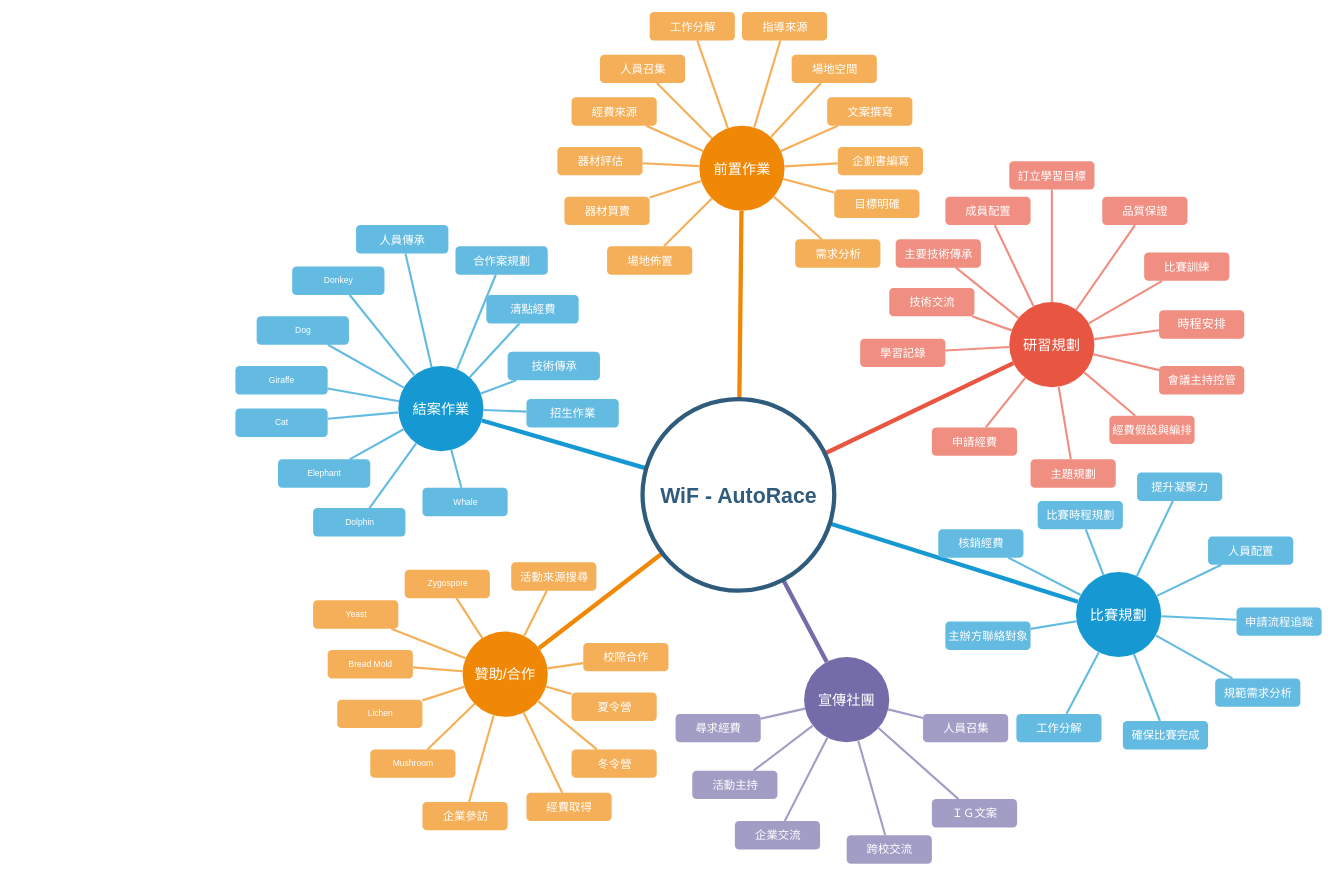
Earlier version of the draw.io diagram Untitled Diagram.drawio (WiFAutoRace/First-record). Source tidied: cells renumbered, new cells numbered last; positions are measured from the earlier drawing's top-left corner, leaving out a move shared by most shapes. Both pictures are drawn from the tidied source at 71%, with x=0, y=0 at pixel (13, 12).
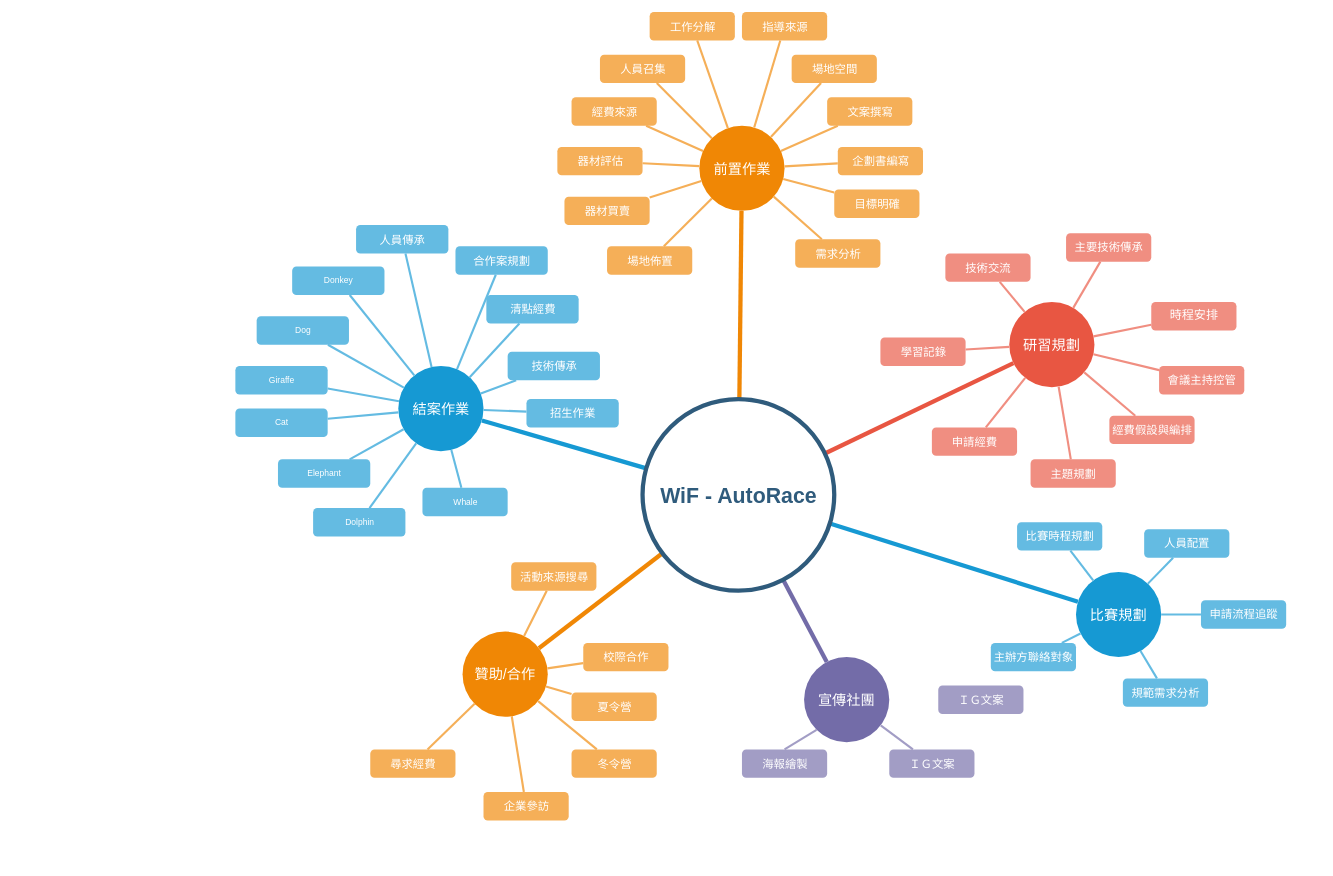
Above is the later version.

Unchanged cells that the change refers to:
```xml
<mxCell id="4" value="研習規劃" style="ellipse;whiteSpace=wrap;html=1;shadow=0;fontFamily=Helvetica;fontSize=20;fontColor=#FFFFFF;align=center;strokeWidth=3;fillColor=#E85642;strokeColor=none;" parent="1" vertex="1">
  <mxGeometry x="1403" y="408" width="120" height="120" as="geometry" />
</mxCell>
<mxCell id="5" value="比賽規劃" style="ellipse;whiteSpace=wrap;html=1;shadow=0;fontFamily=Helvetica;fontSize=20;fontColor=#FFFFFF;align=center;strokeWidth=3;fillColor=#1699D3;strokeColor=none;" parent="1" vertex="1">
  <mxGeometry x="1497" y="788" width="120" height="120" as="geometry" />
</mxCell>
<mxCell id="6" value="宣傳社團" style="ellipse;whiteSpace=wrap;html=1;shadow=0;fontFamily=Helvetica;fontSize=20;fontColor=#FFFFFF;align=center;strokeWidth=3;fillColor=#736ca8;strokeColor=none;" parent="1" vertex="1">
  <mxGeometry x="1114" y="908" width="120" height="120" as="geometry" />
</mxCell>
<mxCell id="7" value="贊助/合作" style="ellipse;whiteSpace=wrap;html=1;shadow=0;fontFamily=Helvetica;fontSize=20;fontColor=#FFFFFF;align=center;strokeWidth=3;fillColor=#F08705;strokeColor=none;" parent="1" vertex="1">
  <mxGeometry x="633" y="872" width="120" height="120" as="geometry" />
</mxCell>
```

Change to the diagram source:
```diff
@@
     <mxCell id="61" value="&lt;font style=&quot;font-size: 17px;&quot;&gt;時程安排&lt;/font&gt;" style="rounded=1;fillColor=#f08e81;strokeColor=none;strokeWidth=3;shadow=0;html=1;fontColor=#FFFFFF;" parent="1" vertex="1">
-      <mxGeometry x="1614" y="419.5" width="120" height="40" as="geometry" />
+      <mxGeometry x="1603" y="408" width="120" height="40" as="geometry" />
     </mxCell>
     <mxCell id="62" value="&lt;font style=&quot;font-size: 16px;&quot;&gt;學習記錄&lt;/font&gt;" style="rounded=1;fillColor=#f08e81;strokeColor=none;strokeWidth=3;shadow=0;html=1;fontColor=#FFFFFF;" parent="1" vertex="1">
-      <mxGeometry x="1193" y="459.5" width="120" height="40" as="geometry" />
+      <mxGeometry x="1221.5" y="458" width="120" height="40" as="geometry" />
     </mxCell>
     <mxCell id="63" value="&lt;font style=&quot;font-size: 16px;&quot;&gt;技術交流&lt;/font&gt;" style="rounded=1;fillColor=#f08e81;strokeColor=none;strokeWidth=3;shadow=0;html=1;fontColor=#FFFFFF;" parent="1" vertex="1">
-      <mxGeometry x="1234" y="388" width="120" height="40" as="geometry" />
+      <mxGeometry x="1313" y="339.5" width="120" height="40" as="geometry" />
     </mxCell>
     <mxCell id="64" value="&lt;font style=&quot;font-size: 16px;&quot;&gt;主要技術傳承&lt;/font&gt;" style="rounded=1;fillColor=#f08e81;strokeColor=none;strokeWidth=3;shadow=0;html=1;fontColor=#FFFFFF;" parent="1" vertex="1">
-      <mxGeometry x="1243" y="319.5" width="120" height="40" as="geometry" />
+      <mxGeometry x="1483" y="311" width="120" height="40" as="geometry" />
     </mxCell>
-    <mxCell id="65" value="&lt;font style=&quot;font-size: 16px;&quot;&gt;成員配置&lt;/font&gt;" style="rounded=1;fillColor=#f08e81;strokeColor=none;strokeWidth=3;shadow=0;html=1;fontColor=#FFFFFF;" parent="1" vertex="1">
-      <mxGeometry x="1313" y="259.5" width="120" height="40" as="geometry" />
-    </mxCell>
-    <mxCell id="66" value="&lt;font style=&quot;font-size: 16px;&quot;&gt;訂立學習目標&lt;/font&gt;" style="rounded=1;fillColor=#f08e81;strokeColor=none;strokeWidth=3;shadow=0;html=1;fontColor=#FFFFFF;" parent="1" vertex="1">
-      <mxGeometry x="1403" y="209.5" width="120" height="40" as="geometry" />
-    </mxCell>
-    <mxCell id="67" value="&lt;font style=&quot;font-size: 16px;&quot;&gt;品質保證&lt;/font&gt;" style="rounded=1;fillColor=#f08e81;strokeColor=none;strokeWidth=3;shadow=0;html=1;fontColor=#FFFFFF;" parent="1" vertex="1">
-      <mxGeometry x="1534" y="259.5" width="120" height="40" as="geometry" />
-    </mxCell>
-    <mxCell id="68" value="&lt;font style=&quot;font-size: 16px;&quot;&gt;比賽訓練&lt;/font&gt;" style="rounded=1;fillColor=#f08e81;strokeColor=none;strokeWidth=3;shadow=0;html=1;fontColor=#FFFFFF;" parent="1" vertex="1">
-      <mxGeometry x="1593" y="338" width="120" height="40" as="geometry" />
-    </mxCell>
@@
-    <mxCell id="76" style="edgeStyle=none;endArrow=none;strokeWidth=3;strokeColor=#F08E81;html=1;" parent="1" edge="1" source="4" target="65">
-      <mxGeometry x="31" y="106.5" as="geometry" />
-    </mxCell>
-    <mxCell id="77" style="edgeStyle=none;endArrow=none;strokeWidth=3;strokeColor=#F08E81;html=1;" parent="1" edge="1" source="4" target="66">
-      <mxGeometry x="31" y="106.5" as="geometry" />
-    </mxCell>
-    <mxCell id="78" style="edgeStyle=none;endArrow=none;strokeWidth=3;strokeColor=#F08E81;html=1;" parent="1" edge="1" source="4" target="67">
-      <mxGeometry x="31" y="106.5" as="geometry" />
-    </mxCell>
-    <mxCell id="79" style="edgeStyle=none;endArrow=none;strokeWidth=3;strokeColor=#F08E81;html=1;" parent="1" edge="1" source="4" target="68">
-      <mxGeometry x="31" y="106.5" as="geometry" />
-    </mxCell>
@@
-    <mxCell id="84" value="&lt;font style=&quot;font-size: 16px;&quot;&gt;核銷經費&lt;/font&gt;" style="rounded=1;fillColor=#64BBE2;strokeColor=none;strokeWidth=3;shadow=0;html=1;fontColor=#FFFFFF;" parent="1" vertex="1">
-      <mxGeometry x="1303" y="728" width="120" height="40" as="geometry" />
-    </mxCell>
     <mxCell id="85" value="&lt;font style=&quot;font-size: 16px;&quot;&gt;比賽時程規劃&lt;/font&gt;" style="rounded=1;fillColor=#64BBE2;strokeColor=none;strokeWidth=3;shadow=0;html=1;fontColor=#FFFFFF;" parent="1" vertex="1">
-      <mxGeometry x="1443" y="688" width="120" height="40" as="geometry" />
+      <mxGeometry x="1414" y="718" width="120" height="40" as="geometry" />
     </mxCell>
-    <mxCell id="86" value="&lt;font style=&quot;font-size: 16px;&quot;&gt;提升凝聚力&lt;/font&gt;" style="rounded=1;fillColor=#64BBE2;strokeColor=none;strokeWidth=3;shadow=0;html=1;fontColor=#FFFFFF;" parent="1" vertex="1">
-      <mxGeometry x="1583" y="648" width="120" height="40" as="geometry" />
-    </mxCell>
     <mxCell id="87" value="&lt;font style=&quot;font-size: 16px;&quot;&gt;人員配置&lt;/font&gt;" style="rounded=1;fillColor=#64BBE2;strokeColor=none;strokeWidth=3;shadow=0;html=1;fontColor=#FFFFFF;" parent="1" vertex="1">
-      <mxGeometry x="1683" y="738" width="120" height="40" as="geometry" />
+      <mxGeometry x="1593" y="728" width="120" height="40" as="geometry" />
     </mxCell>
@@
     <mxCell id="89" value="&lt;font size=&quot;3&quot;&gt;申請流程追蹤&lt;/font&gt;" style="rounded=1;fillColor=#64BBE2;strokeColor=none;strokeWidth=3;shadow=0;html=1;fontColor=#FFFFFF;" parent="1" vertex="1">
-      <mxGeometry x="1723" y="838" width="120" height="40" as="geometry" />
+      <mxGeometry x="1673" y="828" width="120" height="40" as="geometry" />
     </mxCell>
     <mxCell id="90" value="&lt;font size=&quot;3&quot;&gt;規範需求分析&lt;/font&gt;" style="rounded=1;fillColor=#64BBE2;strokeColor=none;strokeWidth=3;shadow=0;html=1;fontColor=#FFFFFF;" parent="1" vertex="1">
-      <mxGeometry x="1693" y="938" width="120" height="40" as="geometry" />
+      <mxGeometry x="1563" y="938" width="120" height="40" as="geometry" />
     </mxCell>
-    <mxCell id="91" value="&lt;font style=&quot;font-size: 16px;&quot;&gt;確保比賽完成&lt;/font&gt;" style="rounded=1;fillColor=#64BBE2;strokeColor=none;strokeWidth=3;shadow=0;html=1;fontColor=#FFFFFF;" parent="1" vertex="1">
-      <mxGeometry x="1563" y="998" width="120" height="40" as="geometry" />
-    </mxCell>
-    <mxCell id="92" value="&lt;font size=&quot;3&quot;&gt;工作分解&lt;/font&gt;" style="rounded=1;fillColor=#64BBE2;strokeColor=none;strokeWidth=3;shadow=0;html=1;fontColor=#FFFFFF;" parent="1" vertex="1">
-      <mxGeometry x="1413" y="988" width="120" height="40" as="geometry" />
-    </mxCell>
     <mxCell id="93" value="&lt;font style=&quot;font-size: 16px;&quot;&gt;主辦方聯絡對象&lt;/font&gt;" style="rounded=1;fillColor=#64BBE2;strokeColor=none;strokeWidth=3;shadow=0;html=1;fontColor=#FFFFFF;" parent="1" vertex="1">
-      <mxGeometry x="1313" y="858" width="120" height="40" as="geometry" />
+      <mxGeometry x="1377" y="888" width="120" height="40" as="geometry" />
     </mxCell>
-    <mxCell id="94" style="edgeStyle=none;endArrow=none;strokeWidth=3;strokeColor=#64BBE2;html=1;" parent="1" edge="1" source="5" target="84">
-      <mxGeometry x="-24" y="196.5" as="geometry" />
-    </mxCell>
@@
-    <mxCell id="96" style="edgeStyle=none;endArrow=none;strokeWidth=3;strokeColor=#64BBE2;html=1;" parent="1" edge="1" source="5" target="86">
-      <mxGeometry x="-24" y="196.5" as="geometry" />
-    </mxCell>
@@
-    <mxCell id="100" style="edgeStyle=none;endArrow=none;strokeWidth=3;strokeColor=#64BBE2;html=1;" parent="1" edge="1" source="5" target="91">
-      <mxGeometry x="-24" y="196.5" as="geometry" />
-    </mxCell>
-    <mxCell id="101" style="edgeStyle=none;endArrow=none;strokeWidth=3;strokeColor=#64BBE2;html=1;" parent="1" edge="1" source="5" target="92">
-      <mxGeometry x="-24" y="196.5" as="geometry" />
-    </mxCell>
@@
-    <mxCell id="103" value="&lt;font style=&quot;font-size: 16px;&quot;&gt;人員召集&lt;/font&gt;" style="rounded=1;fillColor=#a29dc5;strokeColor=none;strokeWidth=3;shadow=0;html=1;fontColor=#FFFFFF;" parent="1" vertex="1">
-      <mxGeometry x="1281.5" y="988" width="120" height="40" as="geometry" />
-    </mxCell>
-    <mxCell id="104" value="&lt;font style=&quot;font-size: 16px;&quot;&gt;活動主持&lt;/font&gt;" style="rounded=1;fillColor=#a29dc5;strokeColor=none;strokeWidth=3;shadow=0;html=1;fontColor=#FFFFFF;" parent="1" vertex="1">
-      <mxGeometry x="956.5" y="1068" width="120" height="40" as="geometry" />
-    </mxCell>
     <mxCell id="105" value="&lt;font style=&quot;font-size: 16px;&quot;&gt;ＩＧ文案&lt;/font&gt;" style="rounded=1;fillColor=#a29dc5;strokeColor=none;strokeWidth=3;shadow=0;html=1;fontColor=#FFFFFF;" parent="1" vertex="1">
-      <mxGeometry x="1294" y="1108" width="120" height="40" as="geometry" />
+      <mxGeometry x="1234" y="1038" width="120" height="40" as="geometry" />
     </mxCell>
-    <mxCell id="106" value="&lt;font style=&quot;font-size: 16px;&quot;&gt;跨校交流&lt;/font&gt;" style="rounded=1;fillColor=#a29dc5;strokeColor=none;strokeWidth=3;shadow=0;html=1;fontColor=#FFFFFF;" parent="1" vertex="1">
-      <mxGeometry x="1174" y="1159" width="120" height="40" as="geometry" />
-    </mxCell>
-    <mxCell id="107" value="&lt;font style=&quot;font-size: 16px;&quot;&gt;企業交流&lt;/font&gt;" style="rounded=1;fillColor=#a29dc5;strokeColor=none;strokeWidth=3;shadow=0;html=1;fontColor=#FFFFFF;" parent="1" vertex="1">
-      <mxGeometry x="1016.5" y="1139" width="120" height="40" as="geometry" />
-    </mxCell>
-    <mxCell id="108" value="&lt;font style=&quot;font-size: 16px;&quot;&gt;尋求經費&lt;/font&gt;" style="rounded=1;fillColor=#a29dc5;strokeColor=none;strokeWidth=3;shadow=0;html=1;fontColor=#FFFFFF;" parent="1" vertex="1">
-      <mxGeometry x="933" y="988" width="120" height="40" as="geometry" />
-    </mxCell>
-    <mxCell id="109" style="edgeStyle=none;endArrow=none;strokeWidth=3;strokeColor=#A29DC5;html=1;" parent="1" edge="1" source="6" target="106">
-      <mxGeometry x="251" y="-103.5" as="geometry" />
-    </mxCell>
-    <mxCell id="110" style="edgeStyle=none;endArrow=none;strokeWidth=3;strokeColor=#A29DC5;html=1;" parent="1" edge="1" source="6" target="107">
-      <mxGeometry x="251" y="-103.5" as="geometry" />
-    </mxCell>
-    <mxCell id="111" style="edgeStyle=none;endArrow=none;strokeWidth=3;strokeColor=#A29DC5;html=1;" parent="1" edge="1" source="6" target="104">
-      <mxGeometry x="251" y="-103.5" as="geometry" />
-    </mxCell>
-    <mxCell id="112" style="edgeStyle=none;endArrow=none;strokeWidth=3;strokeColor=#A29DC5;html=1;" parent="1" edge="1" source="6" target="108">
-      <mxGeometry x="251" y="-103.5" as="geometry" />
-    </mxCell>
-    <mxCell id="113" style="edgeStyle=none;endArrow=none;strokeWidth=3;strokeColor=#A29DC5;html=1;" parent="1" edge="1" source="6" target="103">
-      <mxGeometry x="251" y="-103.5" as="geometry" />
-    </mxCell>
@@
-    <mxCell id="116" value="&lt;font style=&quot;font-size: 16px;&quot;&gt;經費取得&lt;/font&gt;" style="rounded=1;fillColor=#f5af58;strokeColor=none;strokeWidth=3;shadow=0;html=1;fontColor=#FFFFFF;" parent="1" vertex="1">
-      <mxGeometry x="723" y="1099" width="120" height="40" as="geometry" />
-    </mxCell>
     <mxCell id="117" value="&lt;font style=&quot;font-size: 16px;&quot;&gt;企業參訪&lt;/font&gt;" style="rounded=1;fillColor=#f5af58;strokeColor=none;strokeWidth=3;shadow=0;html=1;fontColor=#FFFFFF;" parent="1" vertex="1">
-      <mxGeometry x="576.5" y="1112" width="120" height="40" as="geometry" />
+      <mxGeometry x="662.5" y="1098" width="120" height="40" as="geometry" />
     </mxCell>
-    <mxCell id="118" value="Mushroom" style="rounded=1;fillColor=#f5af58;strokeColor=none;strokeWidth=3;shadow=0;html=1;fontColor=#FFFFFF;" parent="1" vertex="1">
+    <mxCell id="118" value="&lt;font style=&quot;font-size: 16px;&quot;&gt;尋求經費&lt;/font&gt;" style="rounded=1;fillColor=#f5af58;strokeColor=none;strokeWidth=3;shadow=0;html=1;fontColor=#FFFFFF;" parent="1" vertex="1">
       <mxGeometry x="503" y="1038" width="120" height="40" as="geometry" />
     </mxCell>
-    <mxCell id="119" value="Lichen" style="rounded=1;fillColor=#f5af58;strokeColor=none;strokeWidth=3;shadow=0;html=1;fontColor=#FFFFFF;" parent="1" vertex="1">
-      <mxGeometry x="456.5" y="968" width="120" height="40" as="geometry" />
-    </mxCell>
-    <mxCell id="120" value="Bread Mold" style="rounded=1;fillColor=#f5af58;strokeColor=none;strokeWidth=3;shadow=0;html=1;fontColor=#FFFFFF;" parent="1" vertex="1">
-      <mxGeometry x="443" y="898" width="120" height="40" as="geometry" />
-    </mxCell>
-    <mxCell id="121" value="Yeast" style="rounded=1;fillColor=#f5af58;strokeColor=none;strokeWidth=3;shadow=0;html=1;fontColor=#FFFFFF;" parent="1" vertex="1">
-      <mxGeometry x="422.5" y="828" width="120" height="40" as="geometry" />
-    </mxCell>
-    <mxCell id="122" value="Zygospore" style="rounded=1;fillColor=#f5af58;strokeColor=none;strokeWidth=3;shadow=0;html=1;fontColor=#FFFFFF;" parent="1" vertex="1">
-      <mxGeometry x="551.5" y="785" width="120" height="40" as="geometry" />
-    </mxCell>
@@
-    <mxCell id="128" style="edgeStyle=none;endArrow=none;strokeWidth=3;strokeColor=#F5AF58;html=1;" parent="1" edge="1" source="7" target="116">
-      <mxGeometry x="243.5" y="39" as="geometry" />
-    </mxCell>
@@
-    <mxCell id="131" style="edgeStyle=none;endArrow=none;strokeWidth=3;strokeColor=#F5AF58;html=1;" parent="1" edge="1" source="7" target="119">
-      <mxGeometry x="243.5" y="39" as="geometry" />
-    </mxCell>
-    <mxCell id="132" style="edgeStyle=none;endArrow=none;strokeWidth=3;strokeColor=#F5AF58;html=1;" parent="1" edge="1" source="7" target="120">
-      <mxGeometry x="243.5" y="39" as="geometry" />
-    </mxCell>
-    <mxCell id="133" style="edgeStyle=none;endArrow=none;strokeWidth=3;strokeColor=#F5AF58;html=1;" parent="1" edge="1" source="7" target="121">
-      <mxGeometry x="243.5" y="39" as="geometry" />
-    </mxCell>
-    <mxCell id="134" style="edgeStyle=none;endArrow=none;strokeWidth=3;strokeColor=#F5AF58;html=1;" parent="1" edge="1" source="7" target="122">
-      <mxGeometry x="243.5" y="39" as="geometry" />
-    </mxCell>
@@
+    <mxCell id="141" value="&lt;font size=&quot;3&quot;&gt;海報繪製&lt;/font&gt;" style="rounded=1;fillColor=#a29dc5;strokeColor=none;strokeWidth=3;shadow=0;html=1;fontColor=#FFFFFF;" parent="1" vertex="1">
+      <mxGeometry x="1026.5" y="1038" width="120" height="40" as="geometry" />
+    </mxCell>
+    <mxCell id="142" style="edgeStyle=none;endArrow=none;strokeWidth=3;strokeColor=#A29DC5;html=1;entryX=0.5;entryY=0;entryDx=0;entryDy=0;exitX=0;exitY=1;exitDx=0;exitDy=0;" parent="1" edge="1" source="6" target="141">
+      <mxGeometry x="-1174" y="-408.5" as="geometry" />
+    </mxCell>
+    <mxCell id="143" value="&lt;font style=&quot;font-size: 16px;&quot;&gt;ＩＧ文案&lt;/font&gt;" style="rounded=1;fillColor=#a29dc5;strokeColor=none;strokeWidth=3;shadow=0;html=1;fontColor=#FFFFFF;" parent="1" vertex="1">
+      <mxGeometry x="1303" y="948" width="120" height="40" as="geometry" />
+    </mxCell>
```
